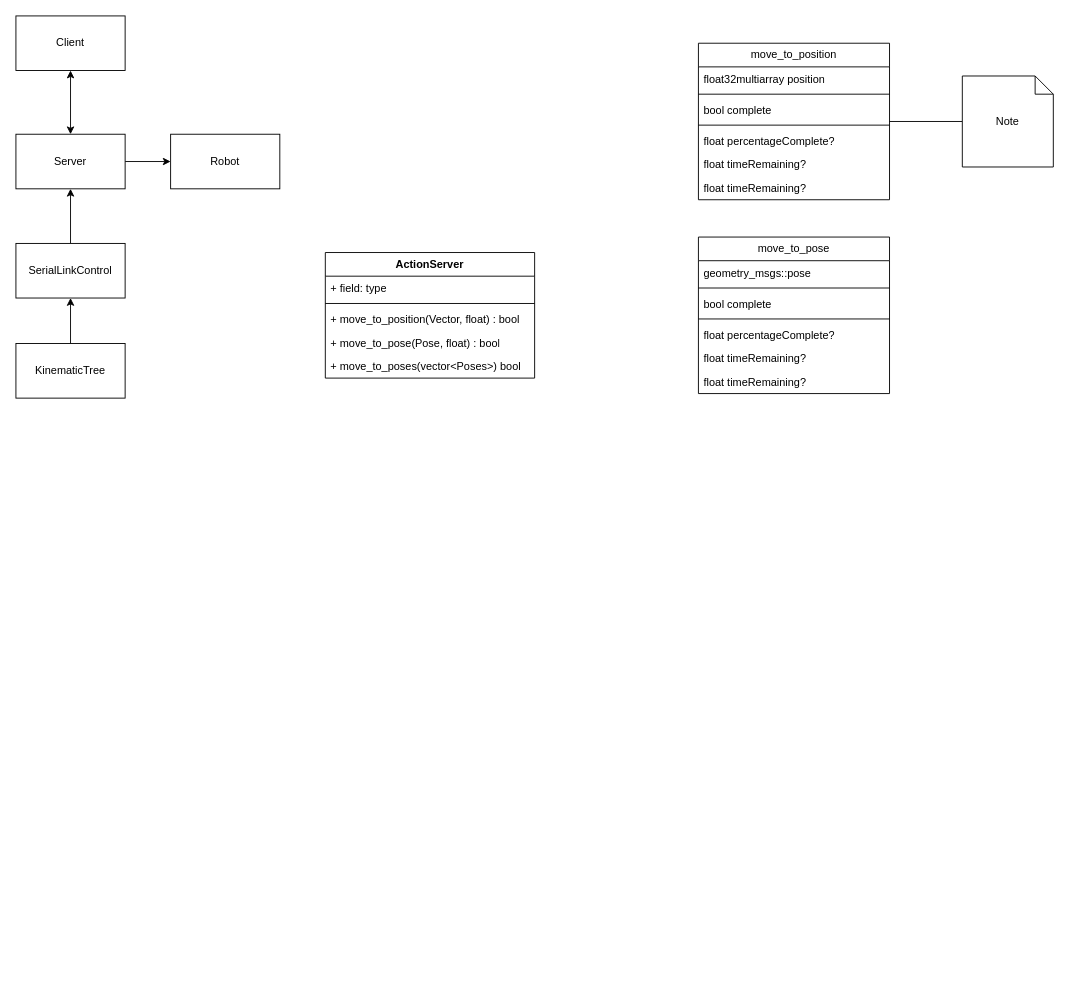
Before: page "ActionServer" (2 of 2) of Control/doc/ControlClassDiagrams.drawio in Woolfrey/software_robot_library, a draw.io diagram. Source tidied: cells renumbered, new cells numbered last; positions are measured from the earlier drawing's top-left corner, leaving out a move shared by most shapes. Both pictures are drawn from the tidied source at 91%, with x=0, y=0 at pixel (15, 15).
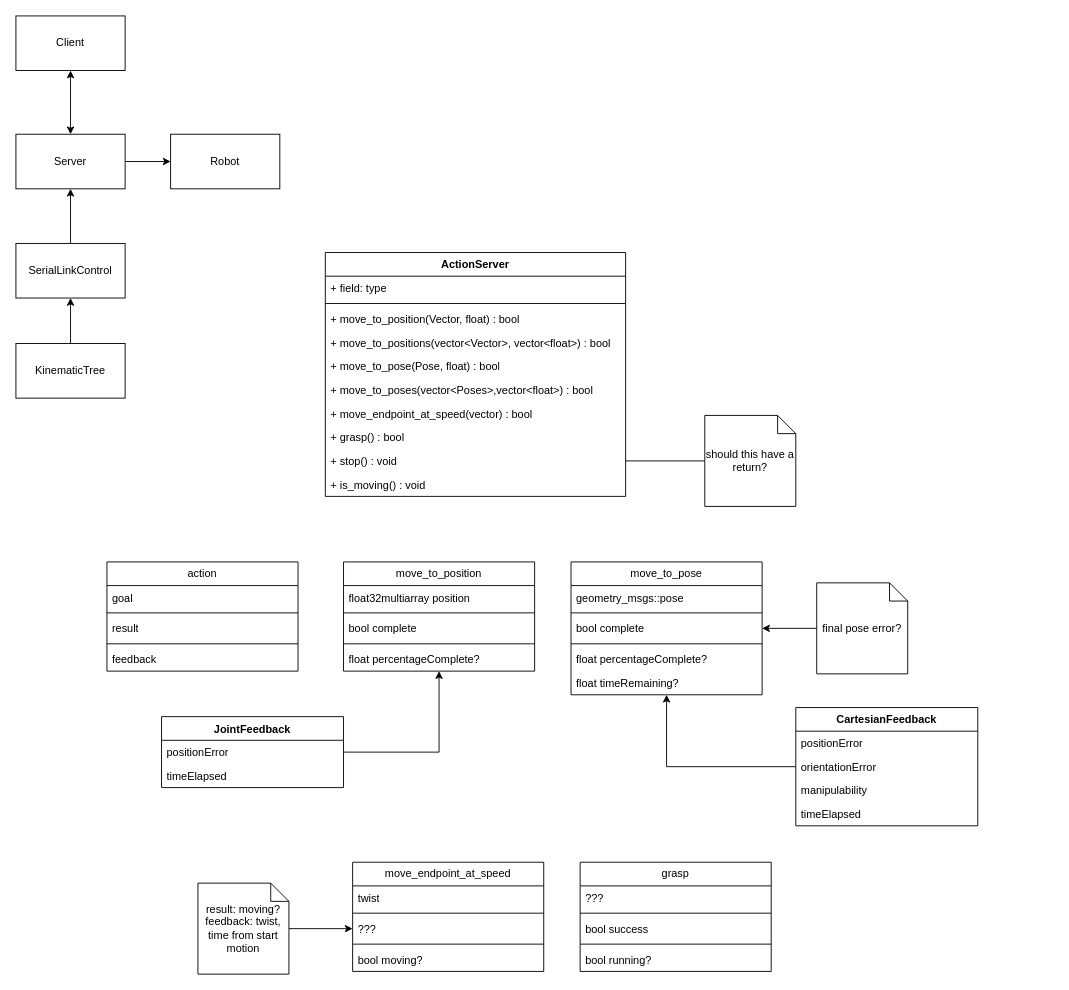
Above is the later version.

The change refers to these unchanged cells:
```xml
<mxCell id="30" value="bool complete" style="text;strokeColor=none;fillColor=none;align=left;verticalAlign=top;spacingLeft=4;spacingRight=4;overflow=hidden;points=[[0,0.5],[1,0.5]];portConstraint=eastwest;whiteSpace=wrap;html=1;" parent="27" vertex="1">
  <mxGeometry y="60" width="210" height="26" as="geometry" />
</mxCell>
```

What changed in the source:
```diff
@@
     <mxCell id="11" value="ActionServer" style="swimlane;fontStyle=1;align=center;verticalAlign=top;horizontal=1;startSize=26;whiteSpace=wrap;html=1;" parent="1" vertex="1">
-      <mxGeometry x="340" y="260" width="230" height="138" as="geometry" />
+      <mxGeometry x="340" y="260" width="330" height="268" as="geometry" />
     </mxCell>
     <mxCell id="12" value="+ field: type" style="text;strokeColor=none;fillColor=none;align=left;verticalAlign=top;spacingLeft=4;spacingRight=4;overflow=hidden;whiteSpace=wrap;html=1;" parent="11" vertex="1">
-      <mxGeometry y="26" width="230" height="26" as="geometry" />
+      <mxGeometry y="26" width="330" height="26" as="geometry" />
     </mxCell>
     <mxCell id="13" style="line;strokeWidth=1;fillColor=none;align=left;verticalAlign=middle;spacingTop=-1;spacingLeft=3;spacingRight=3;labelPosition=right;strokeColor=inherit;" parent="11" vertex="1">
-      <mxGeometry y="52" width="230" height="8" as="geometry" />
+      <mxGeometry y="52" width="330" height="8" as="geometry" />
     </mxCell>
     <mxCell id="14" value="+ move_to_position(Vector, float) : bool" style="text;strokeColor=none;fillColor=none;align=left;verticalAlign=top;spacingLeft=4;spacingRight=4;overflow=hidden;whiteSpace=wrap;html=1;" parent="11" vertex="1">
-      <mxGeometry y="60" width="230" height="26" as="geometry" />
+      <mxGeometry y="60" width="330" height="26" as="geometry" />
     </mxCell>
+    <mxCell id="35" value="+ move_to_positions(vector&amp;lt;Vector&amp;gt;, vector&amp;lt;float&amp;gt;) : bool" style="text;strokeColor=none;fillColor=none;align=left;verticalAlign=top;spacingLeft=4;spacingRight=4;overflow=hidden;whiteSpace=wrap;html=1;" parent="11" vertex="1">
+      <mxGeometry y="86" width="330" height="26" as="geometry" />
+    </mxCell>
     <mxCell id="15" value="+ move_to_pose(Pose, float) : bool" style="text;strokeColor=none;fillColor=none;align=left;verticalAlign=top;spacingLeft=4;spacingRight=4;overflow=hidden;whiteSpace=wrap;html=1;" parent="11" vertex="1">
-      <mxGeometry y="86" width="230" height="26" as="geometry" />
+      <mxGeometry y="112" width="330" height="26" as="geometry" />
     </mxCell>
+    <mxCell id="36" value="+ move_to_poses(vector&amp;lt;Poses&amp;gt;,vector&amp;lt;float&amp;gt;) : bool" style="text;strokeColor=none;fillColor=none;align=left;verticalAlign=top;spacingLeft=4;spacingRight=4;overflow=hidden;whiteSpace=wrap;html=1;" parent="11" vertex="1">
+      <mxGeometry y="138" width="330" height="26" as="geometry" />
+    </mxCell>
-    <mxCell id="16" value="+ move_to_poses(vector&amp;lt;Poses&amp;gt;) bool" style="text;strokeColor=none;fillColor=none;align=left;verticalAlign=top;spacingLeft=4;spacingRight=4;overflow=hidden;whiteSpace=wrap;html=1;" parent="11" vertex="1">
-      <mxGeometry y="112" width="230" height="26" as="geometry" />
+    <mxCell id="16" value="+ move_endpoint_at_speed(vector) : bool" style="text;strokeColor=none;fillColor=none;align=left;verticalAlign=top;spacingLeft=4;spacingRight=4;overflow=hidden;whiteSpace=wrap;html=1;" parent="11" vertex="1">
+      <mxGeometry y="164" width="330" height="26" as="geometry" />
     </mxCell>
+    <mxCell id="37" value="+ grasp() : bool" style="text;strokeColor=none;fillColor=none;align=left;verticalAlign=top;spacingLeft=4;spacingRight=4;overflow=hidden;whiteSpace=wrap;html=1;" parent="11" vertex="1">
+      <mxGeometry y="190" width="330" height="26" as="geometry" />
+    </mxCell>
+    <mxCell id="38" value="+ stop() : void" style="text;strokeColor=none;fillColor=none;align=left;verticalAlign=top;spacingLeft=4;spacingRight=4;overflow=hidden;points=[[0,0.5],[1,0.5]];portConstraint=eastwest;whiteSpace=wrap;html=1;" parent="11" vertex="1">
+      <mxGeometry y="216" width="330" height="26" as="geometry" />
+    </mxCell>
+    <mxCell id="39" value="+ is_moving() : void" style="text;strokeColor=none;fillColor=none;align=left;verticalAlign=top;spacingLeft=4;spacingRight=4;overflow=hidden;whiteSpace=wrap;html=1;" parent="11" vertex="1">
+      <mxGeometry y="242" width="330" height="26" as="geometry" />
+    </mxCell>
     <mxCell id="17" value="move_to_position" style="swimlane;fontStyle=0;horizontal=1;startSize=26;fillColor=none;whiteSpace=wrap;html=1;" parent="1" vertex="1">
-      <mxGeometry x="750" y="30" width="210" height="172" as="geometry" />
+      <mxGeometry x="360" y="600" width="210" height="120" as="geometry" />
     </mxCell>
@@
-    <mxCell id="23" value="float timeRemaining?" style="text;strokeColor=none;fillColor=none;align=left;verticalAlign=top;spacingLeft=4;spacingRight=4;overflow=hidden;whiteSpace=wrap;html=1;" parent="17" vertex="1">
-      <mxGeometry y="120" width="210" height="26" as="geometry" />
-    </mxCell>
-    <mxCell id="24" value="float timeRemaining?" style="text;strokeColor=none;fillColor=none;align=left;verticalAlign=top;spacingLeft=4;spacingRight=4;overflow=hidden;whiteSpace=wrap;html=1;" parent="17" vertex="1">
-      <mxGeometry y="146" width="210" height="26" as="geometry" />
-    </mxCell>
-    <mxCell id="25" style="edgeStyle=orthogonalEdgeStyle;rounded=0;jettySize=auto;html=1;endArrow=none;endFill=0;" parent="1" edge="1" source="26" target="17">
+    <mxCell id="25" style="edgeStyle=orthogonalEdgeStyle;rounded=0;jettySize=auto;html=1;endArrow=none;endFill=0;entryX=1;entryY=0.5;entryDx=0;entryDy=0;" parent="1" edge="1" source="26" target="38">
       <mxGeometry relative="1" as="geometry" />
     </mxCell>
-    <mxCell id="26" value="Note" style="shape=note;size=20;whiteSpace=wrap;html=1;" parent="1" vertex="1">
-      <mxGeometry x="1040" y="66" width="100" height="100" as="geometry" />
+    <mxCell id="26" value="should this have a return?" style="shape=note;size=20;whiteSpace=wrap;html=1;" parent="1" vertex="1">
+      <mxGeometry x="757" y="439" width="100" height="100" as="geometry" />
     </mxCell>
     <mxCell id="27" value="move_to_pose" style="swimlane;fontStyle=0;horizontal=1;startSize=26;fillColor=none;whiteSpace=wrap;html=1;" parent="1" vertex="1">
-      <mxGeometry x="750" y="243" width="210" height="172" as="geometry" />
+      <mxGeometry x="610" y="600" width="210" height="146" as="geometry" />
     </mxCell>
@@
-    <mxCell id="34" value="float timeRemaining?" style="text;strokeColor=none;fillColor=none;align=left;verticalAlign=top;spacingLeft=4;spacingRight=4;overflow=hidden;whiteSpace=wrap;html=1;" parent="27" vertex="1">
-      <mxGeometry y="146" width="210" height="26" as="geometry" />
-    </mxCell>
+    <mxCell id="40" value="action" style="swimlane;fontStyle=0;horizontal=1;startSize=26;fillColor=none;whiteSpace=wrap;html=1;" parent="1" vertex="1">
+      <mxGeometry x="100" y="600" width="210" height="120" as="geometry" />
+    </mxCell>
+    <mxCell id="41" value="goal" style="text;strokeColor=none;fillColor=none;align=left;verticalAlign=top;spacingLeft=4;spacingRight=4;overflow=hidden;whiteSpace=wrap;html=1;" parent="40" vertex="1">
+      <mxGeometry y="26" width="210" height="26" as="geometry" />
+    </mxCell>
+    <mxCell id="42" style="line;strokeWidth=1;fillColor=none;align=left;verticalAlign=middle;spacingTop=-1;spacingLeft=3;spacingRight=3;labelPosition=right;strokeColor=inherit;" parent="40" vertex="1">
+      <mxGeometry y="52" width="210" height="8" as="geometry" />
+    </mxCell>
+    <mxCell id="43" value="result" style="text;strokeColor=none;fillColor=none;align=left;verticalAlign=top;spacingLeft=4;spacingRight=4;overflow=hidden;whiteSpace=wrap;html=1;" parent="40" vertex="1">
+      <mxGeometry y="60" width="210" height="26" as="geometry" />
+    </mxCell>
+    <mxCell id="44" style="line;strokeWidth=1;fillColor=none;align=left;verticalAlign=middle;spacingTop=-1;spacingLeft=3;spacingRight=3;labelPosition=right;strokeColor=inherit;" parent="40" vertex="1">
+      <mxGeometry y="86" width="210" height="8" as="geometry" />
+    </mxCell>
+    <mxCell id="45" value="feedback" style="text;strokeColor=none;fillColor=none;align=left;verticalAlign=top;spacingLeft=4;spacingRight=4;overflow=hidden;whiteSpace=wrap;html=1;" parent="40" vertex="1">
+      <mxGeometry y="94" width="210" height="26" as="geometry" />
+    </mxCell>
+    <mxCell id="46" value="move_endpoint_at_speed" style="swimlane;fontStyle=0;horizontal=1;startSize=26;fillColor=none;whiteSpace=wrap;html=1;" parent="1" vertex="1">
+      <mxGeometry x="370" y="930" width="210" height="120" as="geometry" />
+    </mxCell>
+    <mxCell id="47" value="twist" style="text;strokeColor=none;fillColor=none;align=left;verticalAlign=top;spacingLeft=4;spacingRight=4;overflow=hidden;whiteSpace=wrap;html=1;" parent="46" vertex="1">
+      <mxGeometry y="26" width="210" height="26" as="geometry" />
+    </mxCell>
+    <mxCell id="48" style="line;strokeWidth=1;fillColor=none;align=left;verticalAlign=middle;spacingTop=-1;spacingLeft=3;spacingRight=3;labelPosition=right;strokeColor=inherit;" parent="46" vertex="1">
+      <mxGeometry y="52" width="210" height="8" as="geometry" />
+    </mxCell>
+    <mxCell id="49" value="???" style="text;strokeColor=none;fillColor=none;align=left;verticalAlign=top;spacingLeft=4;spacingRight=4;overflow=hidden;points=[[0,0.5],[1,0.5]];portConstraint=eastwest;whiteSpace=wrap;html=1;" parent="46" vertex="1">
+      <mxGeometry y="60" width="210" height="26" as="geometry" />
+    </mxCell>
+    <mxCell id="50" style="line;strokeWidth=1;fillColor=none;align=left;verticalAlign=middle;spacingTop=-1;spacingLeft=3;spacingRight=3;labelPosition=right;strokeColor=inherit;" parent="46" vertex="1">
+      <mxGeometry y="86" width="210" height="8" as="geometry" />
+    </mxCell>
+    <mxCell id="51" value="bool moving?" style="text;strokeColor=none;fillColor=none;align=left;verticalAlign=top;spacingLeft=4;spacingRight=4;overflow=hidden;whiteSpace=wrap;html=1;" parent="46" vertex="1">
+      <mxGeometry y="94" width="210" height="26" as="geometry" />
+    </mxCell>
+    <mxCell id="52" value="grasp" style="swimlane;fontStyle=0;horizontal=1;startSize=26;fillColor=none;whiteSpace=wrap;html=1;" parent="1" vertex="1">
+      <mxGeometry x="620" y="930" width="210" height="120" as="geometry" />
+    </mxCell>
+    <mxCell id="53" value="???" style="text;strokeColor=none;fillColor=none;align=left;verticalAlign=top;spacingLeft=4;spacingRight=4;overflow=hidden;whiteSpace=wrap;html=1;" parent="52" vertex="1">
+      <mxGeometry y="26" width="210" height="26" as="geometry" />
+    </mxCell>
+    <mxCell id="54" style="line;strokeWidth=1;fillColor=none;align=left;verticalAlign=middle;spacingTop=-1;spacingLeft=3;spacingRight=3;labelPosition=right;strokeColor=inherit;" parent="52" vertex="1">
+      <mxGeometry y="52" width="210" height="8" as="geometry" />
+    </mxCell>
+    <mxCell id="55" value="bool success" style="text;strokeColor=none;fillColor=none;align=left;verticalAlign=top;spacingLeft=4;spacingRight=4;overflow=hidden;whiteSpace=wrap;html=1;" parent="52" vertex="1">
+      <mxGeometry y="60" width="210" height="26" as="geometry" />
+    </mxCell>
+    <mxCell id="56" style="line;strokeWidth=1;fillColor=none;align=left;verticalAlign=middle;spacingTop=-1;spacingLeft=3;spacingRight=3;labelPosition=right;strokeColor=inherit;" parent="52" vertex="1">
+      <mxGeometry y="86" width="210" height="8" as="geometry" />
+    </mxCell>
+    <mxCell id="57" value="bool running?" style="text;strokeColor=none;fillColor=none;align=left;verticalAlign=top;spacingLeft=4;spacingRight=4;overflow=hidden;whiteSpace=wrap;html=1;" parent="52" vertex="1">
+      <mxGeometry y="94" width="210" height="26" as="geometry" />
+    </mxCell>
+    <mxCell id="58" style="edgeStyle=orthogonalEdgeStyle;rounded=0;jettySize=auto;html=1;entryX=0;entryY=0.5;entryDx=0;entryDy=0;" parent="1" edge="1" source="59" target="49">
+      <mxGeometry relative="1" as="geometry" />
+    </mxCell>
+    <mxCell id="59" value="result: moving?&lt;br&gt;feedback: twist, time from start motion" style="shape=note;size=20;whiteSpace=wrap;html=1;" parent="1" vertex="1">
+      <mxGeometry x="200" y="953" width="100" height="100" as="geometry" />
+    </mxCell>
+    <mxCell id="60" style="edgeStyle=orthogonalEdgeStyle;rounded=0;jettySize=auto;html=1;" parent="1" edge="1" source="61" target="30">
+      <mxGeometry relative="1" as="geometry" />
+    </mxCell>
+    <mxCell id="61" value="final pose error?" style="shape=note;size=20;whiteSpace=wrap;html=1;" parent="1" vertex="1">
+      <mxGeometry x="880" y="623" width="100" height="100" as="geometry" />
+    </mxCell>
+    <mxCell id="62" style="edgeStyle=orthogonalEdgeStyle;rounded=0;jettySize=auto;html=1;" parent="1" edge="1" source="63" target="27">
+      <mxGeometry relative="1" as="geometry" />
+    </mxCell>
+    <mxCell id="63" value="CartesianFeedback" style="swimlane;fontStyle=1;align=center;verticalAlign=top;horizontal=1;startSize=26;whiteSpace=wrap;html=1;" parent="1" vertex="1">
+      <mxGeometry x="857" y="760" width="200" height="130" as="geometry" />
+    </mxCell>
+    <mxCell id="64" value="positionError" style="text;strokeColor=none;fillColor=none;align=left;verticalAlign=top;spacingLeft=4;spacingRight=4;overflow=hidden;whiteSpace=wrap;html=1;" parent="63" vertex="1">
+      <mxGeometry y="26" width="200" height="26" as="geometry" />
+    </mxCell>
+    <mxCell id="65" value="orientationError" style="text;strokeColor=none;fillColor=none;align=left;verticalAlign=top;spacingLeft=4;spacingRight=4;overflow=hidden;whiteSpace=wrap;html=1;" parent="63" vertex="1">
+      <mxGeometry y="52" width="200" height="26" as="geometry" />
+    </mxCell>
+    <mxCell id="66" value="manipulability" style="text;strokeColor=none;fillColor=none;align=left;verticalAlign=top;spacingLeft=4;spacingRight=4;overflow=hidden;whiteSpace=wrap;html=1;" parent="63" vertex="1">
+      <mxGeometry y="78" width="200" height="26" as="geometry" />
+    </mxCell>
+    <mxCell id="67" value="timeElapsed" style="text;strokeColor=none;fillColor=none;align=left;verticalAlign=top;spacingLeft=4;spacingRight=4;overflow=hidden;whiteSpace=wrap;html=1;" parent="63" vertex="1">
+      <mxGeometry y="104" width="200" height="26" as="geometry" />
+    </mxCell>
+    <mxCell id="68" value="JointFeedback" style="swimlane;fontStyle=1;align=center;verticalAlign=top;horizontal=1;startSize=26;whiteSpace=wrap;html=1;" parent="1" vertex="1">
+      <mxGeometry x="160" y="770" width="200" height="78" as="geometry" />
+    </mxCell>
+    <mxCell id="69" value="positionError" style="text;strokeColor=none;fillColor=none;align=left;verticalAlign=top;spacingLeft=4;spacingRight=4;overflow=hidden;points=[[0,0.5],[1,0.5]];portConstraint=eastwest;whiteSpace=wrap;html=1;" parent="68" vertex="1">
+      <mxGeometry y="26" width="200" height="26" as="geometry" />
+    </mxCell>
+    <mxCell id="70" value="timeElapsed" style="text;strokeColor=none;fillColor=none;align=left;verticalAlign=top;spacingLeft=4;spacingRight=4;overflow=hidden;whiteSpace=wrap;html=1;" parent="68" vertex="1">
+      <mxGeometry y="52" width="200" height="26" as="geometry" />
+    </mxCell>
+    <mxCell id="71" style="edgeStyle=orthogonalEdgeStyle;rounded=0;jettySize=auto;html=1;" parent="1" edge="1" source="69" target="17">
+      <mxGeometry relative="1" as="geometry" />
+    </mxCell>
```
